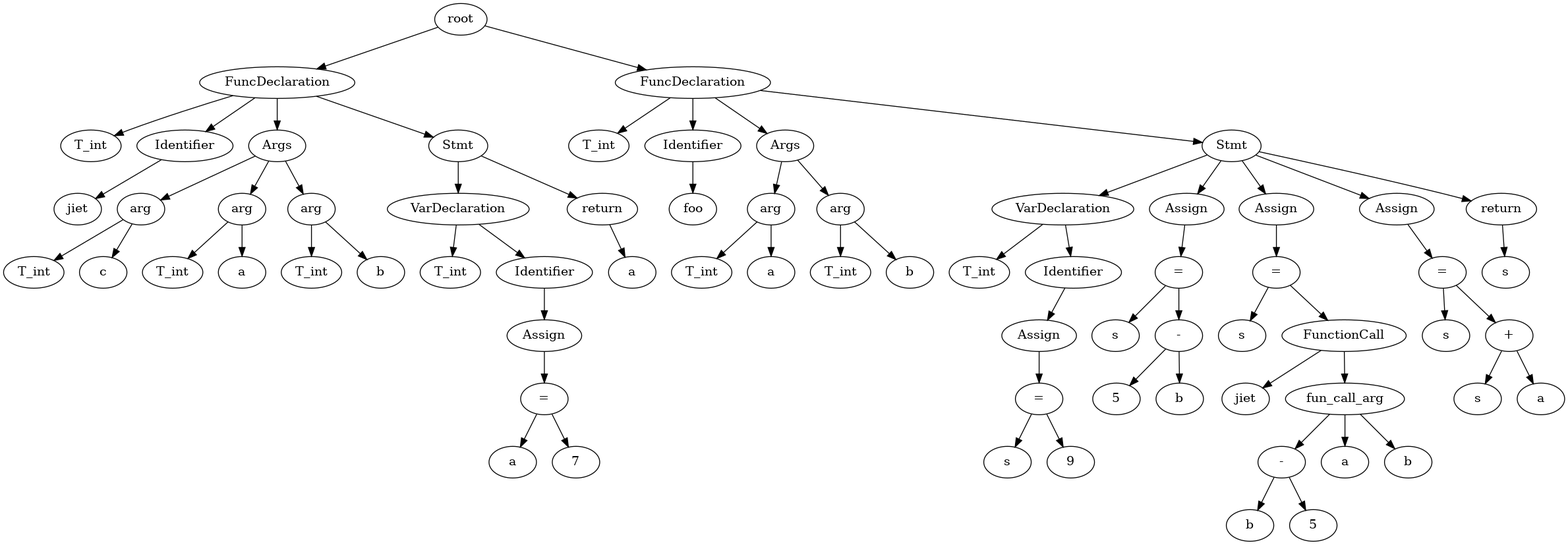
The Graphviz diagram test.gv.png in Jstar49/starCC, before a commit. Its source is kept beside it as test.gv.
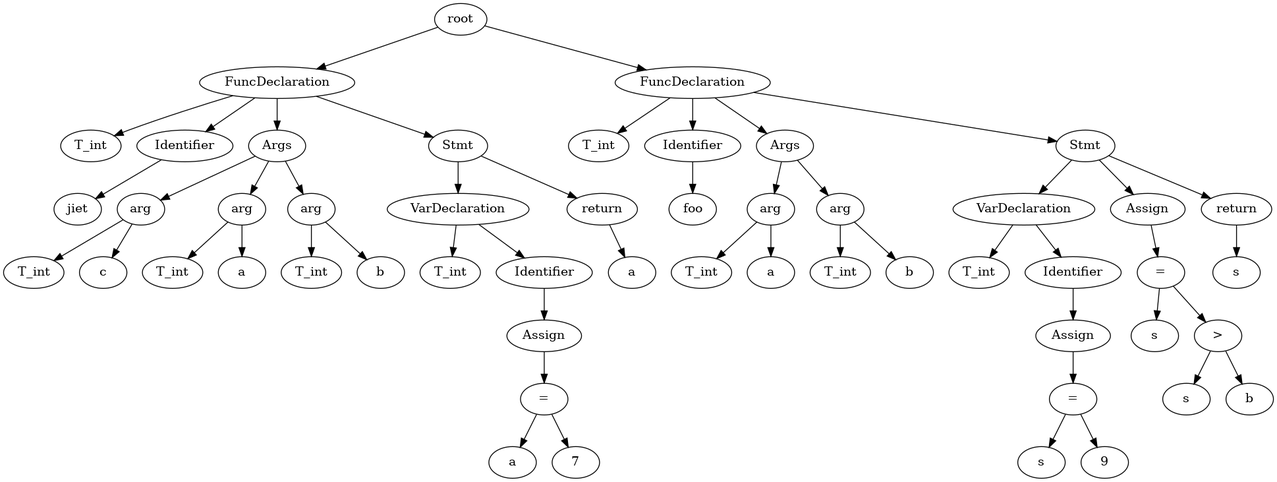
Later version of the same file.

The edit, as a diff of the source:
```diff
@@ -92,48 +92,14 @@
 	43 -> 45
 	44 [label=s]
 	45 -> 44
-	47 [label="-"]
+	47 [label=">"]
 	45 -> 47
-	46 [label=5]
+	46 [label=s]
 	47 -> 46
 	48 [label=b]
 	47 -> 48
-	49 [label=Assign]
+	49 [label=return]
 	35 -> 49
-	51 [label="="]
-	49 -> 51
 	50 [label=s]
-	51 -> 50
-	52 [label=FunctionCall]
-	51 -> 52
-	53 [label=jiet]
-	52 -> 53
-	54 [label=fun_call_arg]
-	52 -> 54
-	56 [label="-"]
-	54 -> 56
-	55 [label=b]
-	56 -> 55
-	57 [label=5]
-	56 -> 57
-	58 [label=a]
-	54 -> 58
-	59 [label=b]
-	54 -> 59
-	60 [label=Assign]
-	35 -> 60
-	62 [label="="]
-	60 -> 62
-	61 [label=s]
-	62 -> 61
-	64 [label="+"]
-	62 -> 64
-	63 [label=s]
-	64 -> 63
-	65 [label=a]
-	64 -> 65
-	66 [label=return]
-	35 -> 66
-	67 [label=s]
-	66 -> 67
+	49 -> 50
 }
```
